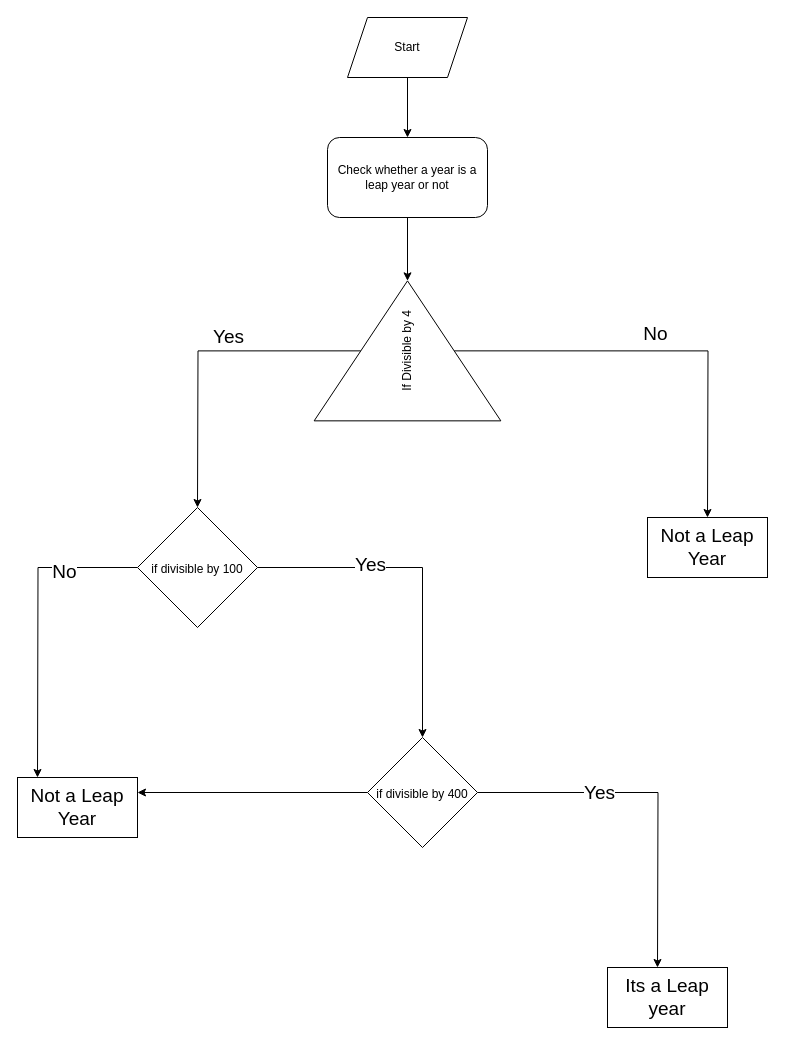
Earlier version of the draw.io diagram leap-year-logic.drawio (tks18/flowcharts-backup). Source tidied: cells renumbered, new cells numbered last; positions are measured from the earlier drawing's top-left corner, leaving out a move shared by most shapes. Both pictures are drawn from the tidied source at 100%, with x=0, y=0 at pixel (17, 17).
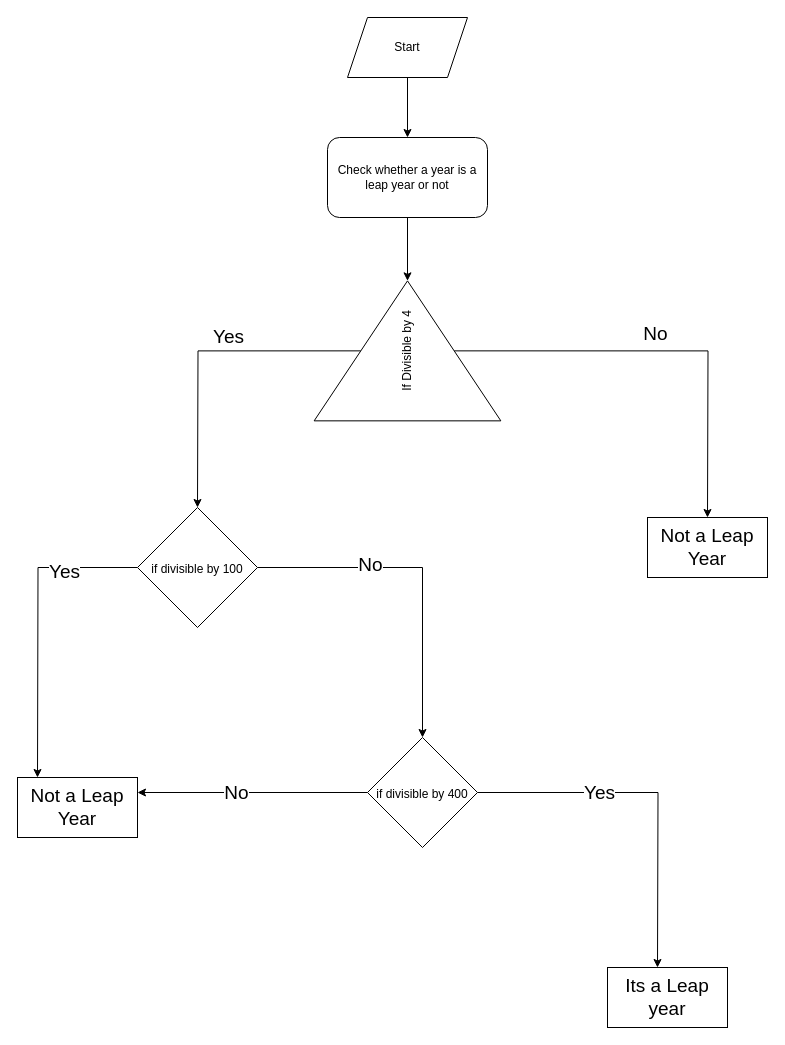
The same page after the edit.

The change refers to these unchanged cells:
```xml
<mxCell id="10" style="edgeStyle=orthogonalEdgeStyle;rounded=0;jettySize=auto;html=1;entryX=0.5;entryY=0;entryDx=0;entryDy=0;fontSize=19;" parent="1" edge="1" source="14" target="20">
  <mxGeometry relative="1" as="geometry" />
</mxCell>
<mxCell id="12" style="edgeStyle=orthogonalEdgeStyle;rounded=0;jettySize=auto;html=1;fontSize=19;" parent="1" edge="1" source="14">
  <mxGeometry relative="1" as="geometry">
    <mxPoint x="20" y="760" as="targetPoint" />
  </mxGeometry>
</mxCell>
<mxCell id="19" style="edgeStyle=orthogonalEdgeStyle;rounded=0;jettySize=auto;html=1;exitX=0;exitY=0.5;exitDx=0;exitDy=0;entryX=1;entryY=0.25;entryDx=0;entryDy=0;fontSize=19;" parent="1" edge="1" source="20" target="21">
  <mxGeometry relative="1" as="geometry" />
</mxCell>
```

Diff of the diagram source:
```diff
@@
-    <mxCell id="11" value="Yes" style="edgeLabel;html=1;align=center;verticalAlign=middle;fontSize=19;" parent="10" vertex="1">
+    <mxCell id="11" value="No" style="edgeLabel;html=1;align=center;verticalAlign=middle;fontSize=19;" parent="10" vertex="1">
       <mxGeometry x="-0.33" y="3" relative="1" as="geometry" />
     </mxCell>
@@
-    <mxCell id="13" value="No" style="edgeLabel;html=1;align=center;verticalAlign=middle;fontSize=19;" parent="12" vertex="1">
+    <mxCell id="13" value="Yes" style="edgeLabel;html=1;align=center;verticalAlign=middle;fontSize=19;" parent="12" vertex="1">
       <mxGeometry x="-0.52" y="4" relative="1" as="geometry" />
     </mxCell>
@@
+    <mxCell id="23" value="No" style="edgeLabel;html=1;align=center;verticalAlign=middle;fontSize=19;" parent="19" vertex="1">
+      <mxGeometry x="0.15" relative="1" as="geometry" />
+    </mxCell>
```
